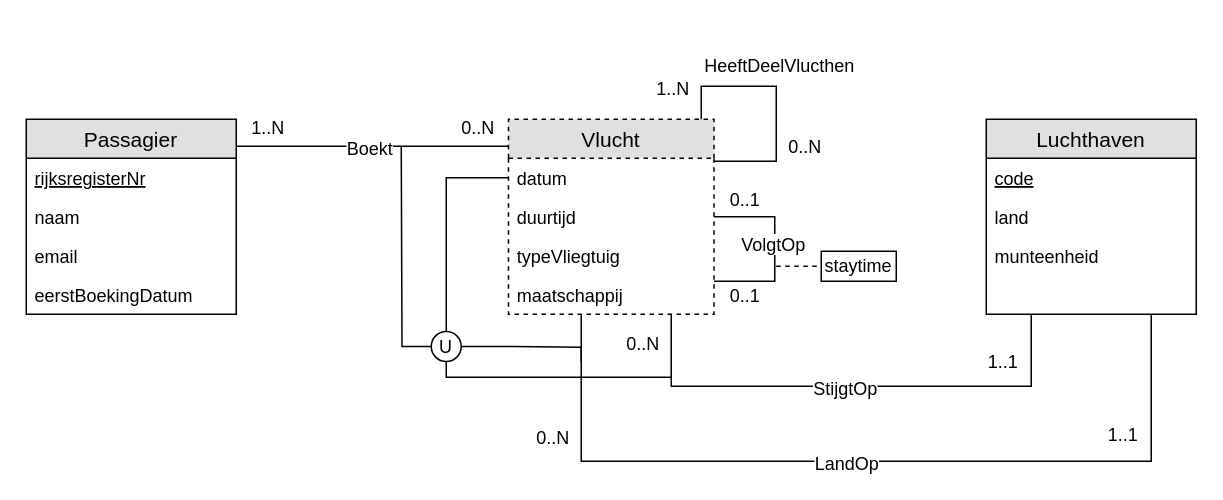
Earlier version of the draw.io diagram workshops/02-zwakke_entiteiten/solutions/exercise-7.drawio (HOGENT-Databases/DB1-Workshops). Source tidied: cells renumbered, new cells numbered last; positions are measured from the earlier drawing's top-left corner, leaving out a move shared by most shapes. Both pictures are drawn from the tidied source at 150%, with x=0, y=0 at pixel (26, 86).
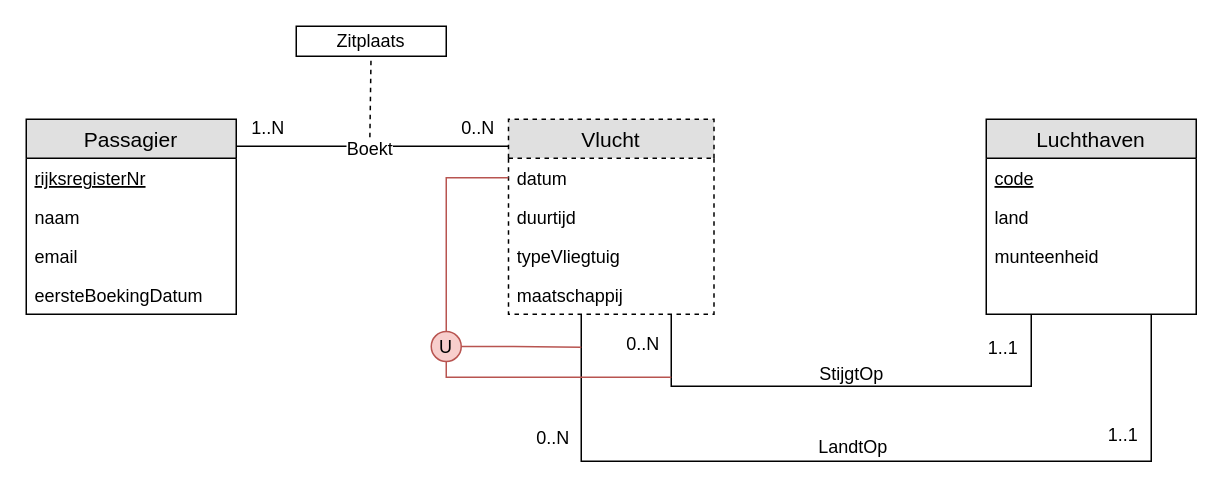
After the change.

The change refers to these unchanged cells:
```xml
<mxCell id="2" value="Passagier" style="swimlane;fontStyle=0;horizontal=1;startSize=26;fillColor=#e0e0e0;swimlaneFillColor=#ffffff;align=center;fontSize=14;html=0;" parent="1" vertex="1">
  <mxGeometry y="22" width="140" height="130" as="geometry" />
</mxCell>
<mxCell id="7" value="Vlucht" style="swimlane;fontStyle=0;horizontal=1;startSize=26;fillColor=#e0e0e0;swimlaneFillColor=#ffffff;align=center;fontSize=14;html=0;dashed=1;" parent="1" vertex="1">
  <mxGeometry x="321.5" y="22" width="137" height="130" as="geometry" />
</mxCell>
<mxCell id="8" value="datum" style="text;strokeColor=none;fillColor=none;spacingLeft=4;spacingRight=4;overflow=hidden;points=[[0,0.5],[1,0.5]];portConstraint=eastwest;fontSize=12;fontStyle=0;rounded=0;verticalAlign=top;" parent="7" vertex="1">
  <mxGeometry y="26" width="137" height="26" as="geometry" />
</mxCell>
<mxCell id="18" style="edgeStyle=orthogonalEdgeStyle;fontSize=12;html=1;endArrow=none;jumpSize=6;strokeWidth=1;endFill=0;rounded=0;jumpStyle=none;" parent="1" edge="1" source="7" target="14">
  <mxGeometry relative="1" as="geometry">
    <Array as="points">
      <mxPoint x="430" y="200" />
      <mxPoint x="670" y="200" />
    </Array>
  </mxGeometry>
</mxCell>
<mxCell id="22" style="edgeStyle=orthogonalEdgeStyle;fontSize=12;html=1;endArrow=none;jumpSize=6;strokeWidth=1;endFill=0;rounded=0;jumpStyle=none;" parent="1" edge="1" source="7" target="14">
  <mxGeometry relative="1" as="geometry">
    <Array as="points">
      <mxPoint x="370" y="250" />
      <mxPoint x="750" y="250" />
    </Array>
  </mxGeometry>
</mxCell>
```

The edit, as a diff of the source:
```diff
@@
+    <mxCell id="43" style="endArrow=none;dashed=1;html=1;" parent="1" edge="1" target="44">
+      <mxGeometry relative="1" as="geometry">
+        <mxPoint x="229" y="40" as="sourcePoint" />
+      </mxGeometry>
+    </mxCell>
@@
-    <mxCell id="6" value="eerstBoekingDatum" style="text;strokeColor=none;fillColor=none;spacingLeft=4;spacingRight=4;overflow=hidden;fontSize=12;" parent="2" vertex="1">
+    <mxCell id="6" value="eersteBoekingDatum" style="text;strokeColor=none;fillColor=none;spacingLeft=4;spacingRight=4;overflow=hidden;fontSize=12;" parent="2" vertex="1">
       <mxGeometry y="104" width="140" height="26" as="geometry" />
     </mxCell>
@@
-    <mxCell id="12" style="endArrow=none;dashed=1;html=1;" parent="1" edge="1" target="13">
-      <mxGeometry relative="1" as="geometry">
-        <mxPoint x="500" y="120" as="sourcePoint" />
-      </mxGeometry>
-    </mxCell>
-    <mxCell id="13" value="staytime" style="rounded=0;whiteSpace=wrap;html=1;" parent="1" vertex="1">
-      <mxGeometry x="530" y="110" width="50" height="20" as="geometry" />
-    </mxCell>
@@
     <mxCell id="20" value="1..1" style="text;html=1;align=center;verticalAlign=middle;labelBackgroundColor=#ffffff;" parent="18" vertex="1">
       <mxGeometry x="0.83" y="1" relative="1" as="geometry">
-        <mxPoint x="-19" y="2.5" as="offset" />
+        <mxPoint x="-18.5" y="-7" as="offset" />
       </mxGeometry>
     </mxCell>
     <mxCell id="21" value="StijgtOp" style="text;html=1;align=center;verticalAlign=bottom;labelBackgroundColor=#ffffff;direction=south;" parent="18" vertex="1">
       <mxGeometry x="-0.03" y="-2" relative="1" as="geometry">
-        <mxPoint y="7.5" as="offset" />
+        <mxPoint x="4.5" y="-2" as="offset" />
       </mxGeometry>
     </mxCell>
@@
-    <mxCell id="25" value="LandOp" style="text;html=1;align=center;verticalAlign=middle;labelBackgroundColor=#ffffff;" parent="22" vertex="1">
+    <mxCell id="25" value="LandtOp" style="text;html=1;align=center;verticalAlign=middle;labelBackgroundColor=#ffffff;" parent="22" vertex="1">
       <mxGeometry x="-0.1" relative="1" as="geometry">
-        <mxPoint x="15" y="1" as="offset" />
+        <mxPoint x="19" y="-10" as="offset" />
       </mxGeometry>
     </mxCell>
@@
-    <mxCell id="30" style="edgeStyle=orthogonalEdgeStyle;fontSize=12;html=1;endArrow=none;jumpSize=6;strokeWidth=1;endFill=0;rounded=0;jumpStyle=none;" parent="1" edge="1" source="7" target="7">
-      <mxGeometry relative="1" as="geometry">
-        <Array as="points">
-          <mxPoint x="499" y="87" />
-          <mxPoint x="499" y="130" />
-        </Array>
-      </mxGeometry>
-    </mxCell>
-    <mxCell id="31" value="0..1" style="text;html=1;align=center;verticalAlign=middle;labelBackgroundColor=#ffffff;" parent="30" vertex="1">
-      <mxGeometry x="-0.88" y="-1" relative="1" as="geometry">
-        <mxPoint x="12.5" y="-13" as="offset" />
-      </mxGeometry>
-    </mxCell>
-    <mxCell id="32" value="0..1" style="text;html=1;align=center;verticalAlign=middle;labelBackgroundColor=#ffffff;" parent="30" vertex="1">
-      <mxGeometry x="0.83" y="1" relative="1" as="geometry">
-        <mxPoint x="8.5" y="8" as="offset" />
-      </mxGeometry>
-    </mxCell>
-    <mxCell id="33" value="VolgtOp" style="text;html=1;align=center;verticalAlign=bottom;labelBackgroundColor=#ffffff;direction=south;" parent="30" vertex="1">
-      <mxGeometry x="-0.03" y="-2" relative="1" as="geometry">
-        <mxPoint y="7.5" as="offset" />
-      </mxGeometry>
-    </mxCell>
-    <mxCell id="34" value="U" style="ellipse;whiteSpace=wrap;html=1;" parent="1" vertex="1">
+    <mxCell id="34" value="U" style="ellipse;whiteSpace=wrap;html=1;fillColor=#f8cecc;strokeColor=#b85450;" parent="1" vertex="1">
       <mxGeometry x="270" y="163.5" width="20" height="20" as="geometry" />
     </mxCell>
-    <mxCell id="35" style="endArrow=none;html=1;entryX=0;entryY=0.5;entryDx=0;entryDy=0;rounded=0;edgeStyle=orthogonalEdgeStyle;" parent="1" edge="1" source="34" target="8">
+    <mxCell id="35" style="endArrow=none;html=1;entryX=0;entryY=0.5;entryDx=0;entryDy=0;rounded=0;edgeStyle=orthogonalEdgeStyle;fillColor=#f8cecc;strokeColor=#b85450;" parent="1" edge="1" source="34" target="8">
       <mxGeometry relative="1" as="geometry" />
     </mxCell>
-    <mxCell id="36" style="endArrow=none;html=1;rounded=0;edgeStyle=orthogonalEdgeStyle;" parent="1" edge="1" source="34">
-      <mxGeometry relative="1" as="geometry">
-        <mxPoint x="250" y="40" as="targetPoint" />
-      </mxGeometry>
-    </mxCell>
-    <mxCell id="37" style="endArrow=none;html=1;rounded=0;edgeStyle=orthogonalEdgeStyle;" parent="1" edge="1" source="34">
+    <mxCell id="37" style="endArrow=none;html=1;rounded=0;edgeStyle=orthogonalEdgeStyle;fillColor=#f8cecc;strokeColor=#b85450;" parent="1" edge="1" source="34">
       <mxGeometry relative="1" as="geometry">
-        <mxPoint x="370" y="184" as="targetPoint" />
+        <mxPoint x="370" y="174" as="targetPoint" />
         <Array as="points">
           <mxPoint x="325" y="174" />
           <mxPoint x="370" y="174" />
         </Array>
       </mxGeometry>
     </mxCell>
-    <mxCell id="38" style="endArrow=none;html=1;rounded=0;edgeStyle=orthogonalEdgeStyle;" parent="1" edge="1" source="34">
+    <mxCell id="38" style="endArrow=none;html=1;rounded=0;edgeStyle=orthogonalEdgeStyle;fillColor=#f8cecc;strokeColor=#b85450;" parent="1" edge="1" source="34">
       <mxGeometry relative="1" as="geometry">
         <mxPoint x="430" y="194" as="targetPoint" />
         <Array as="points">
           <mxPoint x="280" y="194" />
         </Array>
       </mxGeometry>
     </mxCell>
-    <mxCell id="39" style="edgeStyle=orthogonalEdgeStyle;fontSize=12;html=1;endArrow=none;jumpSize=6;strokeWidth=1;endFill=0;rounded=0;jumpStyle=none;" parent="1" edge="1" source="7" target="7">
-      <mxGeometry relative="1" as="geometry">
-        <Array as="points">
-          <mxPoint x="450" />
-          <mxPoint x="500" />
-          <mxPoint x="500" y="50" />
-        </Array>
-      </mxGeometry>
-    </mxCell>
-    <mxCell id="40" value="1..N" style="text;html=1;align=center;verticalAlign=middle;labelBackgroundColor=#ffffff;" parent="39" vertex="1">
-      <mxGeometry x="-0.88" y="-1" relative="1" as="geometry">
-        <mxPoint x="-21" y="-11" as="offset" />
-      </mxGeometry>
-    </mxCell>
-    <mxCell id="41" value="0..N" style="text;html=1;align=center;verticalAlign=middle;labelBackgroundColor=#ffffff;" parent="39" vertex="1">
-      <mxGeometry x="0.83" y="1" relative="1" as="geometry">
-        <mxPoint x="46" y="-11" as="offset" />
-      </mxGeometry>
-    </mxCell>
-    <mxCell id="42" value="HeeftDeelVlucthen" style="text;html=1;align=center;verticalAlign=bottom;labelBackgroundColor=#ffffff;direction=south;" parent="39" vertex="1">
-      <mxGeometry x="-0.03" y="-2" relative="1" as="geometry">
-        <mxPoint x="3" y="-12" as="offset" />
-      </mxGeometry>
-    </mxCell>
+    <mxCell id="44" value="Zitplaats" style="rounded=0;whiteSpace=wrap;html=1;" parent="1" vertex="1">
+      <mxGeometry x="180" y="-40" width="100" height="20" as="geometry" />
+    </mxCell>
```
